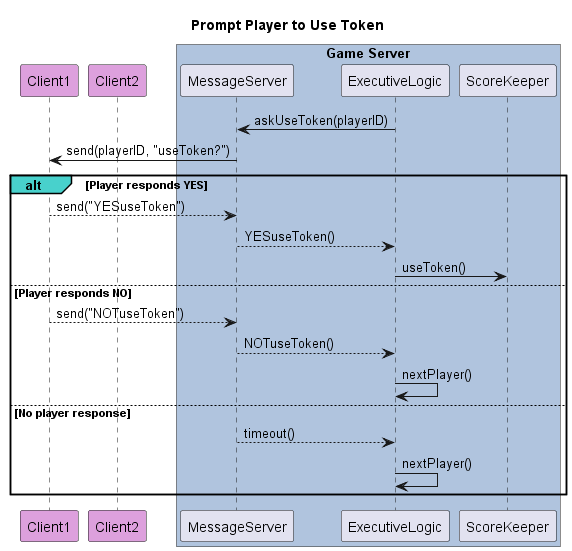
Earlier version of the PlantUML export out/diagrams/seq-diagram-prompt-use-token/Prompt Player to use token.png (poszy/def_spinit_project).
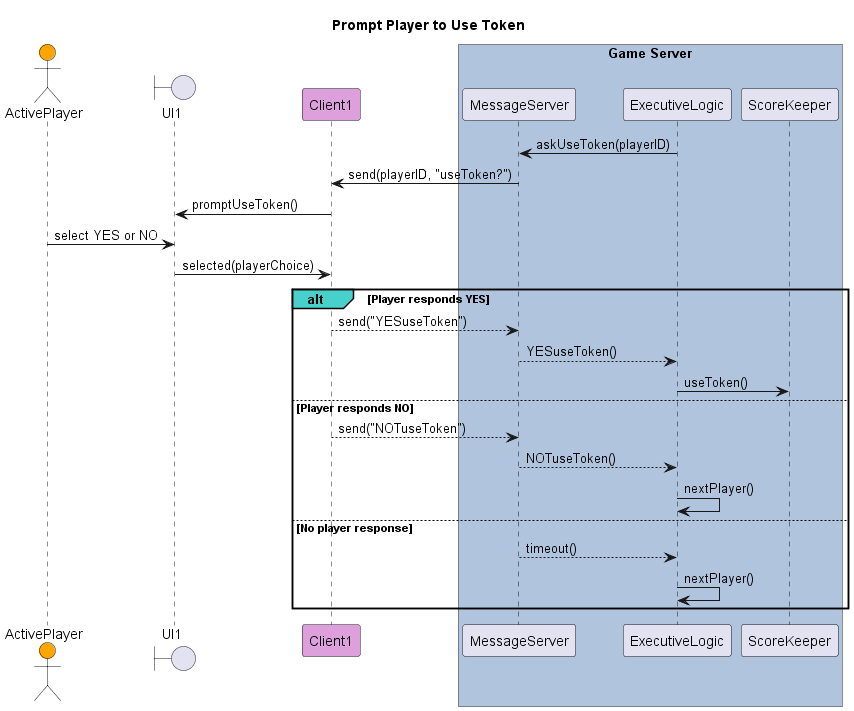
The same diagram one commit later.

What changed in the source:
```diff
@@ -1,8 +1,12 @@
 @startuml Prompt Player to Use Token
 title Prompt Player to Use Token
 
+
+actor ActivePlayer as Player1 #Orange
+
+boundary    UI1
+
 participant Client1 #Plum
-participant Client2 #Plum
 
 box "Game Server" #LightSteelBlue
 participant MessageServer as Server
@@ -13,6 +17,12 @@
     Server <- ExecutiveLogic: askUseToken(playerID)
 
     Client1 <- Server: send(playerID, "useToken?")
+
+    UI1 <- Client1 : promptUseToken()
+
+    Player1 -> UI1: select YES or NO
+
+        UI1 -> Client1: selected(playerChoice)
 
     alt#MediumTurquoise Player responds YES
         Client1 --> Server: send("YESuseToken")
```
